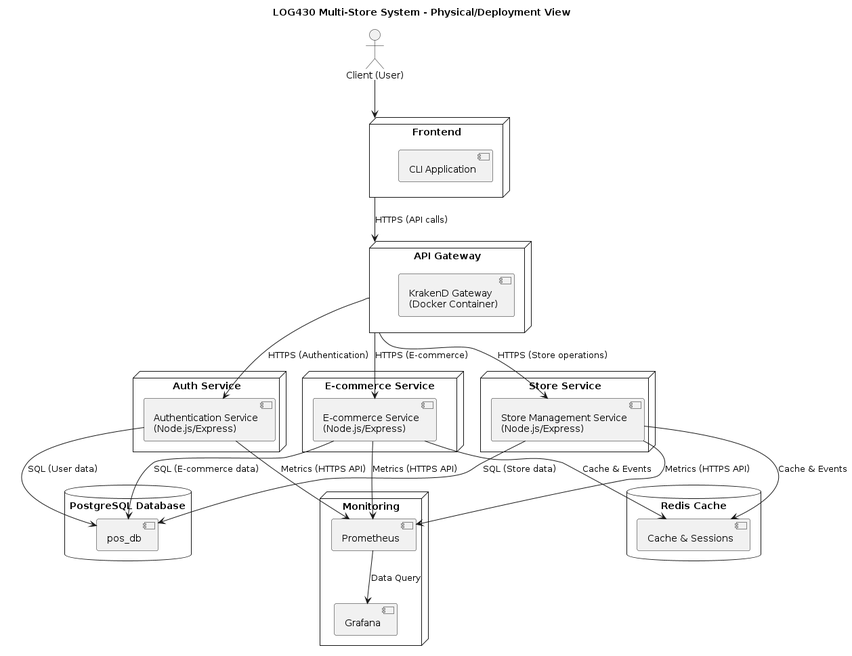
Earlier version of the PlantUML export docs/UML/deployment-view.png (Massy-Haddad/LOG-430-Laboratoire-01). Source of this version:
```plantuml
@startuml LOG430 Multi-Store System - Deployment View

title LOG430 Multi-Store System - Physical/Deployment View

actor "Client (User)" as client

node "Frontend" as frontend {
  component "CLI Application" as webapp
}

node "API Gateway" as gateway {
  component "KrakenD Gateway\n(Docker Container)" as krakend
}

node "Auth Service" as auth_node {
  component "Authentication Service\n(Node.js/Express)" as auth_service
}

node "Store Service" as store_node {
  component "Store Management Service\n(Node.js/Express)" as store_service
}

node "E-commerce Service" as ecommerce_node {
  component "E-commerce Service\n(Node.js/Express)" as ecommerce_service
}

database "PostgreSQL Database" as postgres {
  component "pos_db" as database
}

database "Redis Cache" as redis {
  component "Cache & Sessions" as cache
}

node "Monitoring" as monitoring {
  component "Prometheus" as prometheus
  component "Grafana" as grafana
}

client --> frontend

frontend --> gateway : "HTTPS (API calls)"

gateway --> auth_service : "HTTPS (Authentication)"
gateway --> store_service : "HTTPS (Store operations)"
gateway --> ecommerce_service : "HTTPS (E-commerce)"

auth_service --> database : "SQL (User data)"
store_service --> database : "SQL (Store data)"
ecommerce_service --> database : "SQL (E-commerce data)"

store_service --> cache : "Cache & Events"
ecommerce_service --> cache : "Cache & Events"

store_service --> prometheus : "Metrics (HTTPS API)"
auth_service --> prometheus : "Metrics (HTTPS API)"
ecommerce_service --> prometheus : "Metrics (HTTPS API)"
prometheus --> grafana : "Data Query"

@enduml
```
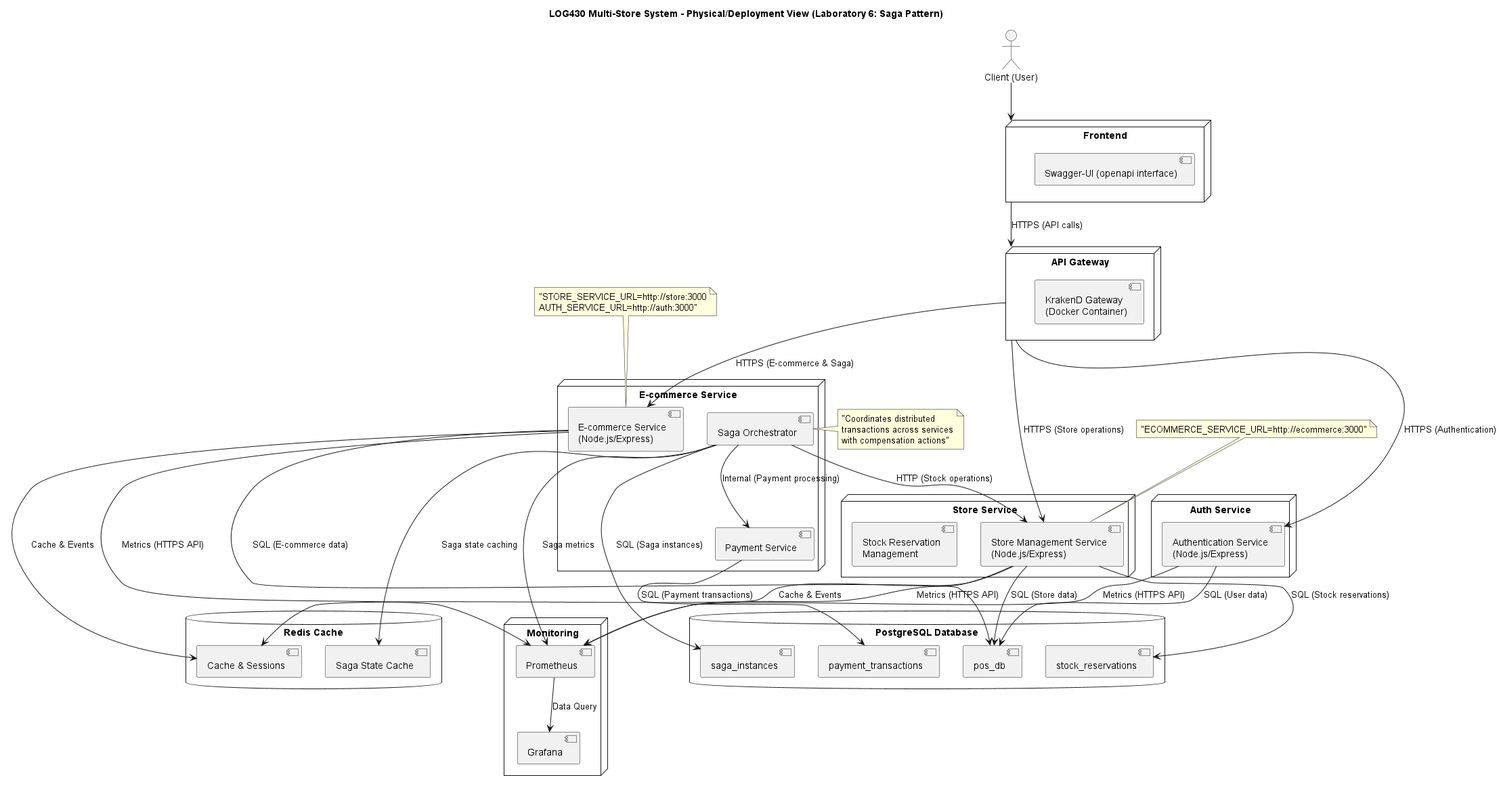
Above is the later version.

Diff of the diagram source:
```diff
@@ -1,11 +1,11 @@
 @startuml LOG430 Multi-Store System - Deployment View
 
-title LOG430 Multi-Store System - Physical/Deployment View
+title LOG430 Multi-Store System - Physical/Deployment View (Laboratory 6: Saga Pattern)
 
 actor "Client (User)" as client
 
 node "Frontend" as frontend {
-  component "CLI Application" as webapp
+  component "Swagger-UI (openapi interface)" as webapp
 }
 
 node "API Gateway" as gateway {
@@ -18,18 +18,25 @@
 
 node "Store Service" as store_node {
   component "Store Management Service\n(Node.js/Express)" as store_service
+  component "Stock Reservation\nManagement" as stock_reservation
 }
 
 node "E-commerce Service" as ecommerce_node {
   component "E-commerce Service\n(Node.js/Express)" as ecommerce_service
+  component "Saga Orchestrator" as saga_orchestrator
+  component "Payment Service" as payment_service
 }
 
 database "PostgreSQL Database" as postgres {
   component "pos_db" as database
+  component "saga_instances" as saga_db
+  component "stock_reservations" as reservation_db
+  component "payment_transactions" as payment_db
 }
 
 database "Redis Cache" as redis {
   component "Cache & Sessions" as cache
+  component "Saga State Cache" as saga_cache
 }
 
 node "Monitoring" as monitoring {
@@ -43,18 +50,31 @@
 
 gateway --> auth_service : "HTTPS (Authentication)"
 gateway --> store_service : "HTTPS (Store operations)"
-gateway --> ecommerce_service : "HTTPS (E-commerce)"
+gateway --> ecommerce_service : "HTTPS (E-commerce & Saga)"
+
+saga_orchestrator --> store_service : "HTTP (Stock operations)"
+saga_orchestrator --> payment_service : "Internal (Payment processing)"
 
 auth_service --> database : "SQL (User data)"
 store_service --> database : "SQL (Store data)"
+store_service --> reservation_db : "SQL (Stock reservations)"
 ecommerce_service --> database : "SQL (E-commerce data)"
+saga_orchestrator --> saga_db : "SQL (Saga instances)"
+payment_service --> payment_db : "SQL (Payment transactions)"
 
 store_service --> cache : "Cache & Events"
 ecommerce_service --> cache : "Cache & Events"
+saga_orchestrator --> saga_cache : "Saga state caching"
 
 store_service --> prometheus : "Metrics (HTTPS API)"
 auth_service --> prometheus : "Metrics (HTTPS API)"
 ecommerce_service --> prometheus : "Metrics (HTTPS API)"
+saga_orchestrator --> prometheus : "Saga metrics"
 prometheus --> grafana : "Data Query"
 
+note top of store_service : "ECOMMERCE_SERVICE_URL=http://ecommerce:3000"
+note top of ecommerce_service : "STORE_SERVICE_URL=http://store:3000\nAUTH_SERVICE_URL=http://auth:3000"
+
+note right of saga_orchestrator : "Coordinates distributed\ntransactions across services\nwith compensation actions"
+
 @enduml
```
